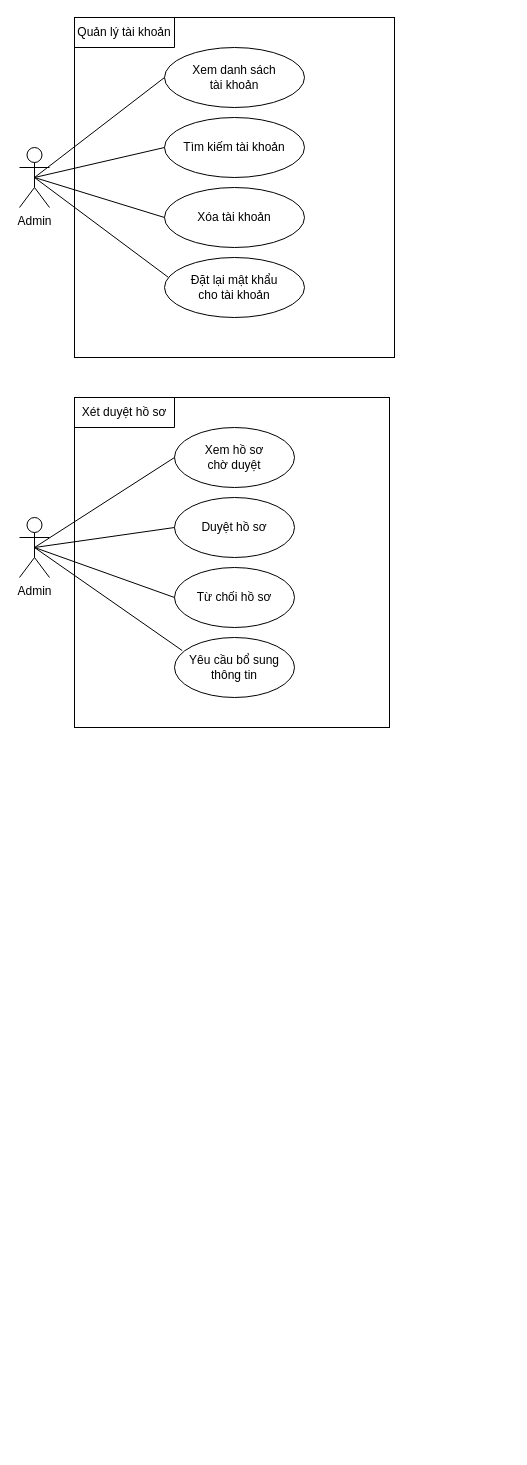
ayafullcrit/menu keeps this draw.io diagram as Untitled Diagram.drawio. Above is the earlier version. Source tidied: cells renumbered, new cells numbered last; positions are measured from the earlier drawing's top-left corner, leaving out a move shared by most shapes. Both pictures are drawn from the tidied source at 100%, with x=0, y=0 at pixel (19, 17).
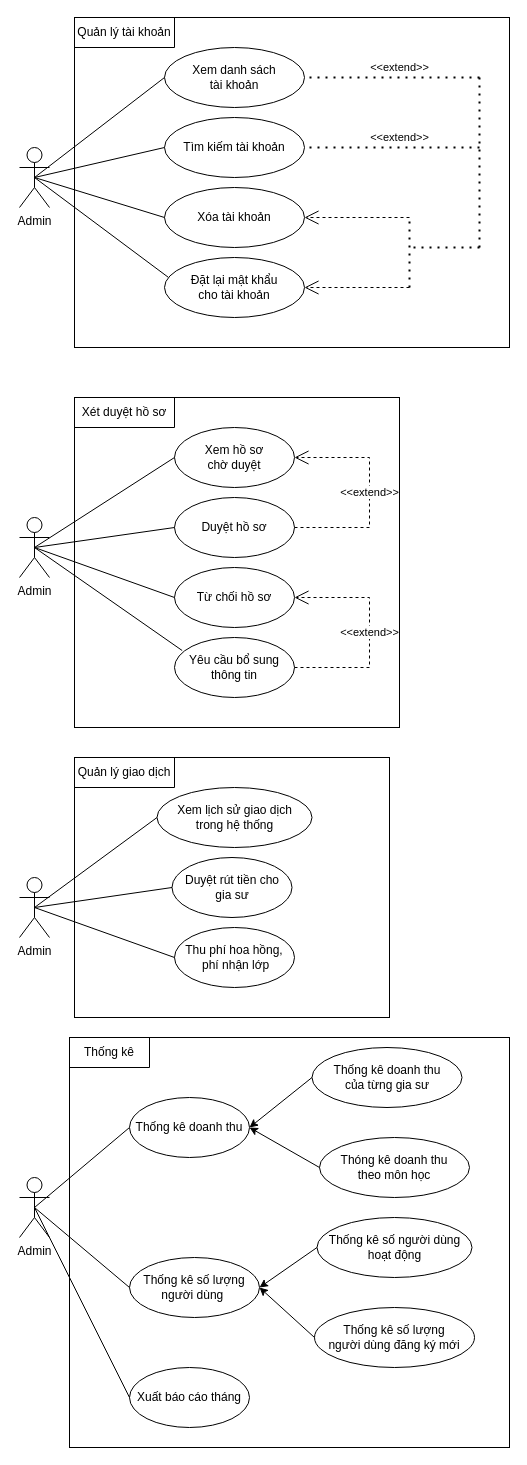
The same page after the edit.

Unchanged cells that the change refers to:
```xml
<mxCell id="3" value="Xem danh sách &lt;br&gt;tài khoản" style="ellipse;whiteSpace=wrap;html=1;" parent="1" vertex="1">
  <mxGeometry x="145" y="30" width="140" height="60" as="geometry" />
</mxCell>
<mxCell id="4" value="Tìm kiếm tài khoản" style="ellipse;whiteSpace=wrap;html=1;" parent="1" vertex="1">
  <mxGeometry x="145" y="100" width="140" height="60" as="geometry" />
</mxCell>
<mxCell id="5" value="Xóa tài khoản" style="ellipse;whiteSpace=wrap;html=1;" parent="1" vertex="1">
  <mxGeometry x="145" y="170" width="140" height="60" as="geometry" />
</mxCell>
<mxCell id="6" value="Đặt lại mật khẩu&lt;br&gt;cho tài khoản" style="ellipse;whiteSpace=wrap;html=1;" parent="1" vertex="1">
  <mxGeometry x="145" y="240" width="140" height="60" as="geometry" />
</mxCell>
<mxCell id="15" value="Xem hồ sơ&lt;br&gt;chờ duyệt" style="ellipse;whiteSpace=wrap;html=1;" parent="1" vertex="1">
  <mxGeometry x="155" y="410" width="120" height="60" as="geometry" />
</mxCell>
<mxCell id="16" value="Duyệt hồ sơ" style="ellipse;whiteSpace=wrap;html=1;" parent="1" vertex="1">
  <mxGeometry x="155" y="480" width="120" height="60" as="geometry" />
</mxCell>
<mxCell id="17" value="Yêu cầu bổ sung&lt;br&gt;thông tin" style="ellipse;whiteSpace=wrap;html=1;" parent="1" vertex="1">
  <mxGeometry x="155" y="620" width="120" height="60" as="geometry" />
</mxCell>
<mxCell id="18" value="Từ chối hồ sơ" style="ellipse;whiteSpace=wrap;html=1;" parent="1" vertex="1">
  <mxGeometry x="155" y="550" width="120" height="60" as="geometry" />
</mxCell>
```

Change to the diagram source:
```diff
@@
     <mxCell id="11" style="rounded=0;whiteSpace=wrap;html=1;fillColor=none;" parent="1" vertex="1">
-      <mxGeometry x="55" width="320" height="340" as="geometry" />
+      <mxGeometry x="55" width="435" height="330" as="geometry" />
     </mxCell>
@@
     <mxCell id="24" style="rounded=0;whiteSpace=wrap;html=1;fillColor=none;" parent="1" vertex="1">
-      <mxGeometry x="55" y="380" width="315" height="330" as="geometry" />
+      <mxGeometry x="55" y="380" width="325" height="330" as="geometry" />
     </mxCell>
@@
+    <mxCell id="27" value="Admin" style="shape=umlActor;verticalLabelPosition=bottom;verticalAlign=top;html=1;outlineConnect=0;" parent="1" vertex="1">
+      <mxGeometry y="860" width="30" height="60" as="geometry" />
+    </mxCell>
+    <mxCell id="28" value="Xem lịch sử giao dịch &lt;br&gt;trong hệ thống" style="ellipse;whiteSpace=wrap;html=1;" parent="1" vertex="1">
+      <mxGeometry x="137.5" y="770" width="155" height="60" as="geometry" />
+    </mxCell>
+    <mxCell id="29" value="Duyệt rút tiền cho&lt;br&gt;gia sư" style="ellipse;whiteSpace=wrap;html=1;" parent="1" vertex="1">
+      <mxGeometry x="152.5" y="840" width="120" height="60" as="geometry" />
+    </mxCell>
+    <mxCell id="30" value="Thu phí hoa hồng,&lt;br&gt;&amp;nbsp;phí nhận lớp" style="ellipse;whiteSpace=wrap;html=1;" parent="1" vertex="1">
+      <mxGeometry x="155" y="910" width="120" height="60" as="geometry" />
+    </mxCell>
+    <mxCell id="31" style="endArrow=none;html=1;rounded=0;entryX=0;entryY=0.5;entryDx=0;entryDy=0;exitX=0.5;exitY=0.5;exitDx=0;exitDy=0;exitPerimeter=0;" parent="1" edge="1" source="27" target="28">
+      <mxGeometry relative="1" as="geometry" />
+    </mxCell>
+    <mxCell id="32" style="endArrow=none;html=1;rounded=0;entryX=0;entryY=0.5;entryDx=0;entryDy=0;" parent="1" edge="1" target="29">
+      <mxGeometry relative="1" as="geometry">
+        <mxPoint x="15" y="890" as="sourcePoint" />
+      </mxGeometry>
+    </mxCell>
+    <mxCell id="33" style="endArrow=none;html=1;rounded=0;entryX=0;entryY=0.5;entryDx=0;entryDy=0;exitX=0.5;exitY=0.5;exitDx=0;exitDy=0;exitPerimeter=0;" parent="1" edge="1" source="27" target="30">
+      <mxGeometry relative="1" as="geometry" />
+    </mxCell>
+    <mxCell id="34" style="rounded=0;whiteSpace=wrap;html=1;fillColor=none;" parent="1" vertex="1">
+      <mxGeometry x="55" y="740" width="315" height="260" as="geometry" />
+    </mxCell>
+    <mxCell id="35" style="shape=partialRectangle;whiteSpace=wrap;html=1;top=0;left=0;fillColor=none;" parent="1" vertex="1">
+      <mxGeometry x="55" y="740" width="100" height="30" as="geometry" />
+    </mxCell>
+    <mxCell id="36" value="Quản lý giao dịch" style="text;html=1;whiteSpace=wrap;strokeColor=none;fillColor=none;align=center;verticalAlign=middle;rounded=0;" parent="1" vertex="1">
+      <mxGeometry x="50" y="740" width="110" height="30" as="geometry" />
+    </mxCell>
+    <mxCell id="37" value="Admin" style="shape=umlActor;verticalLabelPosition=bottom;verticalAlign=top;html=1;outlineConnect=0;" parent="1" vertex="1">
+      <mxGeometry y="1160" width="30" height="60" as="geometry" />
+    </mxCell>
+    <mxCell id="38" value="Thống kê số lượng&lt;br&gt;người dùng&amp;nbsp;" style="ellipse;whiteSpace=wrap;html=1;" parent="1" vertex="1">
+      <mxGeometry x="110" y="1240" width="130" height="60" as="geometry" />
+    </mxCell>
+    <mxCell id="39" value="Xuất báo cáo tháng" style="ellipse;whiteSpace=wrap;html=1;" parent="1" vertex="1">
+      <mxGeometry x="110" y="1350" width="120" height="60" as="geometry" />
+    </mxCell>
+    <mxCell id="40" style="endArrow=none;html=1;rounded=0;exitX=0.5;exitY=0.5;exitDx=0;exitDy=0;exitPerimeter=0;entryX=0;entryY=0.5;entryDx=0;entryDy=0;" parent="1" edge="1" source="37" target="41">
+      <mxGeometry relative="1" as="geometry" />
+    </mxCell>
+    <mxCell id="41" value="Thống kê doanh thu" style="ellipse;whiteSpace=wrap;html=1;" parent="1" vertex="1">
+      <mxGeometry x="110" y="1080" width="120" height="60" as="geometry" />
+    </mxCell>
+    <mxCell id="42" value="&amp;lt;&amp;lt;extend&amp;gt;&amp;gt;" style="endArrow=open;endSize=12;dashed=1;html=1;rounded=0;exitX=1;exitY=0.5;exitDx=0;exitDy=0;entryX=1;entryY=0.5;entryDx=0;entryDy=0;" parent="1" edge="1" source="17" target="18">
+      <mxGeometry relative="1" as="geometry">
+        <Array as="points">
+          <mxPoint x="350" y="650" />
+          <mxPoint x="350" y="580" />
+        </Array>
+      </mxGeometry>
+    </mxCell>
+    <mxCell id="43" value="&amp;lt;&amp;lt;extend&amp;gt;&amp;gt;" style="endArrow=open;endSize=12;dashed=1;html=1;rounded=0;entryX=1;entryY=0.5;entryDx=0;entryDy=0;exitX=1;exitY=0.5;exitDx=0;exitDy=0;" parent="1" edge="1" source="16" target="15">
+      <mxGeometry relative="1" as="geometry">
+        <Array as="points">
+          <mxPoint x="350" y="510" />
+          <mxPoint x="350" y="440" />
+        </Array>
+      </mxGeometry>
+    </mxCell>
+    <mxCell id="44" value="&amp;lt;&amp;lt;extend&amp;gt;&amp;gt;" style="endArrow=open;endSize=12;dashed=1;html=1;rounded=0;entryX=1;entryY=0.5;entryDx=0;entryDy=0;" parent="1" edge="1" target="5">
+      <mxGeometry x="-0.81" y="-150" relative="1" as="geometry">
+        <mxPoint x="390" y="200" as="sourcePoint" />
+        <Array as="points">
+          <mxPoint x="350" y="200" />
+        </Array>
+      </mxGeometry>
+    </mxCell>
+    <mxCell id="45" value="&amp;lt;&amp;lt;extend&amp;gt;&amp;gt;" style="endArrow=open;endSize=12;dashed=1;html=1;rounded=0;entryX=1;entryY=0.5;entryDx=0;entryDy=0;" parent="1" edge="1" target="6">
+      <mxGeometry x="-0.81" y="-150" relative="1" as="geometry">
+        <mxPoint x="390" y="270" as="sourcePoint" />
+      </mxGeometry>
+    </mxCell>
+    <mxCell id="46" style="endArrow=none;dashed=1;html=1;dashPattern=1 3;strokeWidth=2;rounded=0;" parent="1" edge="1">
+      <mxGeometry relative="1" as="geometry">
+        <mxPoint x="390" y="270" as="sourcePoint" />
+        <mxPoint x="390" y="200" as="targetPoint" />
+      </mxGeometry>
+    </mxCell>
+    <mxCell id="47" style="endArrow=none;dashed=1;html=1;dashPattern=1 3;strokeWidth=2;rounded=0;" parent="1" edge="1">
+      <mxGeometry relative="1" as="geometry">
+        <mxPoint x="460" y="230" as="sourcePoint" />
+        <mxPoint x="390" y="230" as="targetPoint" />
+      </mxGeometry>
+    </mxCell>
+    <mxCell id="48" style="endArrow=none;dashed=1;html=1;dashPattern=1 3;strokeWidth=2;rounded=0;" parent="1" edge="1">
+      <mxGeometry relative="1" as="geometry">
+        <mxPoint x="460" y="60" as="sourcePoint" />
+        <mxPoint x="460" y="230" as="targetPoint" />
+      </mxGeometry>
+    </mxCell>
+    <mxCell id="49" style="endArrow=none;dashed=1;html=1;dashPattern=1 3;strokeWidth=2;rounded=0;entryX=1;entryY=0.5;entryDx=0;entryDy=0;" parent="1" edge="1" target="3">
+      <mxGeometry relative="1" as="geometry">
+        <mxPoint x="460" y="60" as="sourcePoint" />
+      </mxGeometry>
+    </mxCell>
+    <mxCell id="50" style="endArrow=none;dashed=1;html=1;dashPattern=1 3;strokeWidth=2;rounded=0;entryX=1;entryY=0.5;entryDx=0;entryDy=0;" parent="1" edge="1" target="4">
+      <mxGeometry relative="1" as="geometry">
+        <mxPoint x="460" y="130" as="sourcePoint" />
+      </mxGeometry>
+    </mxCell>
+    <mxCell id="51" style="endArrow=none;html=1;rounded=0;exitX=0;exitY=0.5;exitDx=0;exitDy=0;entryX=0.5;entryY=0.5;entryDx=0;entryDy=0;entryPerimeter=0;" parent="1" edge="1" source="38" target="37">
+      <mxGeometry relative="1" as="geometry" />
+    </mxCell>
+    <mxCell id="52" style="endArrow=none;html=1;rounded=0;exitX=0;exitY=0.5;exitDx=0;exitDy=0;entryX=0.5;entryY=0.5;entryDx=0;entryDy=0;entryPerimeter=0;" parent="1" edge="1" source="39" target="37">
+      <mxGeometry relative="1" as="geometry" />
+    </mxCell>
+    <mxCell id="53" value="Thống kê doanh thu&lt;br&gt;của từng gia sư" style="ellipse;whiteSpace=wrap;html=1;" parent="1" vertex="1">
+      <mxGeometry x="292.5" y="1030" width="150" height="60" as="geometry" />
+    </mxCell>
+    <mxCell id="54" value="Thóng kê doanh thu&lt;br&gt;theo môn học" style="ellipse;whiteSpace=wrap;html=1;" parent="1" vertex="1">
+      <mxGeometry x="300" y="1120" width="150" height="60" as="geometry" />
+    </mxCell>
+    <mxCell id="55" style="endArrow=classic;html=1;rounded=0;exitX=0;exitY=0.5;exitDx=0;exitDy=0;entryX=1;entryY=0.5;entryDx=0;entryDy=0;" parent="1" edge="1" source="53" target="41">
+      <mxGeometry relative="1" as="geometry" />
+    </mxCell>
+    <mxCell id="56" style="endArrow=classic;html=1;rounded=0;exitX=0;exitY=0.5;exitDx=0;exitDy=0;entryX=1;entryY=0.5;entryDx=0;entryDy=0;" parent="1" edge="1" source="54" target="41">
+      <mxGeometry relative="1" as="geometry" />
+    </mxCell>
+    <mxCell id="57" value="Thống kê số lượng&lt;br&gt;người dùng đăng ký mới" style="ellipse;whiteSpace=wrap;html=1;" parent="1" vertex="1">
+      <mxGeometry x="295" y="1290" width="160" height="60" as="geometry" />
+    </mxCell>
+    <mxCell id="58" value="Thống kê số người dùng hoạt động" style="ellipse;whiteSpace=wrap;html=1;" parent="1" vertex="1">
+      <mxGeometry x="297.5" y="1200" width="155" height="60" as="geometry" />
+    </mxCell>
+    <mxCell id="59" style="endArrow=classic;html=1;rounded=0;entryX=1;entryY=0.5;entryDx=0;entryDy=0;exitX=0;exitY=0.5;exitDx=0;exitDy=0;" parent="1" edge="1" source="58" target="38">
+      <mxGeometry relative="1" as="geometry" />
+    </mxCell>
+    <mxCell id="60" style="endArrow=classic;html=1;rounded=0;entryX=1;entryY=0.5;entryDx=0;entryDy=0;exitX=0;exitY=0.5;exitDx=0;exitDy=0;" parent="1" edge="1" source="57" target="38">
+      <mxGeometry relative="1" as="geometry" />
+    </mxCell>
+    <mxCell id="61" style="rounded=0;whiteSpace=wrap;html=1;fillColor=none;" parent="1" vertex="1">
+      <mxGeometry x="50" y="1020" width="440" height="410" as="geometry" />
+    </mxCell>
+    <mxCell id="62" style="shape=partialRectangle;whiteSpace=wrap;html=1;top=0;left=0;fillColor=none;" parent="1" vertex="1">
+      <mxGeometry x="50" y="1020" width="80" height="30" as="geometry" />
+    </mxCell>
+    <mxCell id="63" value="Thống kê" style="text;html=1;whiteSpace=wrap;strokeColor=none;fillColor=none;align=center;verticalAlign=middle;rounded=0;" parent="1" vertex="1">
+      <mxGeometry x="60" y="1020" width="60" height="30" as="geometry" />
+    </mxCell>
```
